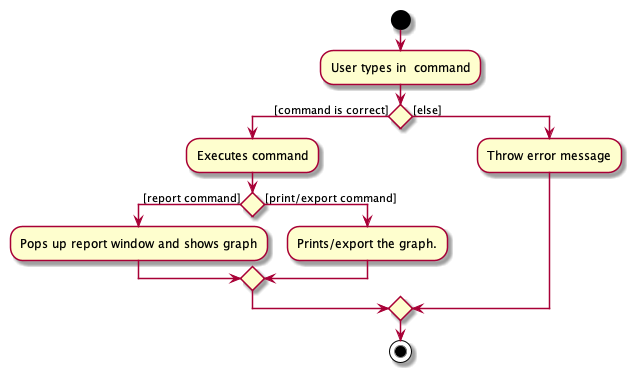
Before: images/Report_MainWindow_.png, a diagram exported from PlantUML (AY1920S2-CS2103T-T10-3/main). Source of this version:
```plantuml
@startuml
start
:User types in  command;
if () then ([command is correct])
    :Executes command;
     if() then ([report command])
     :Pops up report window and shows graph;
     else ([print/export command])
     :Prints/export the graph.;
     endif
else ([else])
    :Throw error message;
endif
stop
@enduml
```
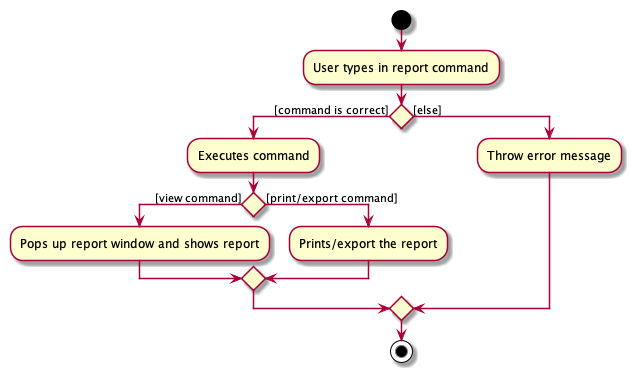
After the change.

The edit, as a diff of the source:
```diff
@@ -1,12 +1,12 @@
 @startuml
 start
-:User types in  command;
+:User types in report command;
 if () then ([command is correct])
     :Executes command;
-     if() then ([report command])
-     :Pops up report window and shows graph;
+     if() then ([view command])
+     :Pops up report window and shows report;
      else ([print/export command])
-     :Prints/export the graph.;
+     :Prints/export the report;
      endif
 else ([else])
     :Throw error message;
```
